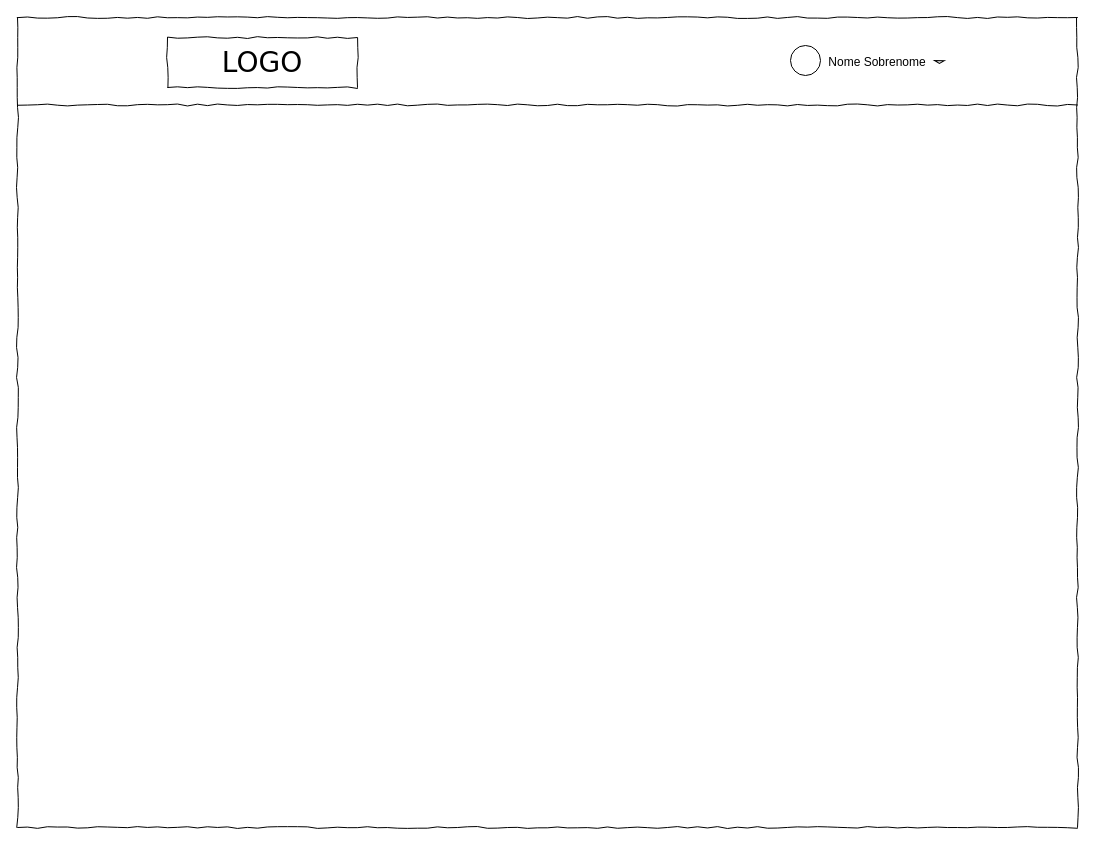
This is page "Seleção de turmas" (5 of 6) of wireframe.drawio from zanellaz/javascripto, a draw.io file, before an edit. Source tidied: cells renumbered, new cells numbered last; positions are measured from the earlier drawing's top-left corner, leaving out a move shared by most shapes. Both pictures are drawn from the tidied source at 100%, with x=0, y=0 at pixel (17, 17).
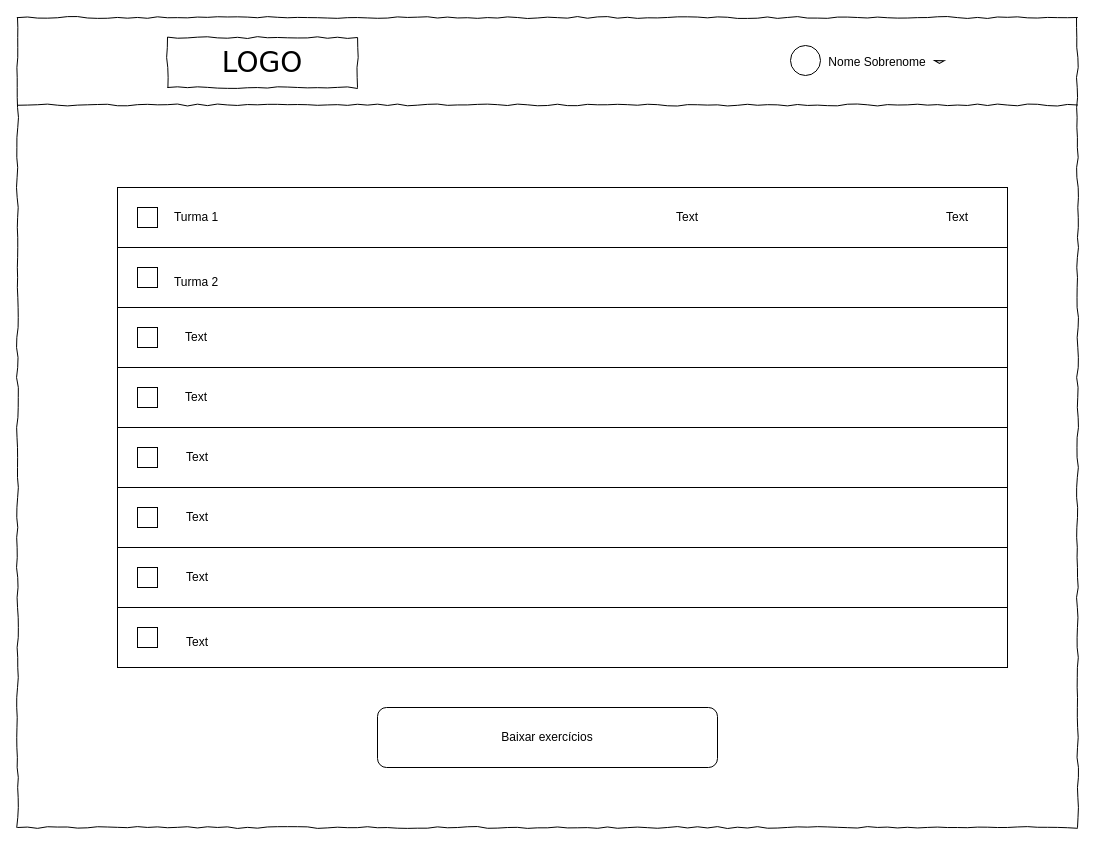
After the change.

What changed in the source:
```diff
@@
+    <mxCell id="8" style="rounded=0;whiteSpace=wrap;html=1;" parent="1" vertex="1">
+      <mxGeometry x="100" y="170" width="890" height="60" as="geometry" />
+    </mxCell>
+    <mxCell id="9" style="rounded=0;whiteSpace=wrap;html=1;" parent="1" vertex="1">
+      <mxGeometry x="100" y="230" width="890" height="60" as="geometry" />
+    </mxCell>
+    <mxCell id="10" style="rounded=0;whiteSpace=wrap;html=1;" parent="1" vertex="1">
+      <mxGeometry x="100" y="290" width="890" height="60" as="geometry" />
+    </mxCell>
+    <mxCell id="11" style="rounded=0;whiteSpace=wrap;html=1;" parent="1" vertex="1">
+      <mxGeometry x="100" y="350" width="890" height="60" as="geometry" />
+    </mxCell>
+    <mxCell id="12" style="rounded=0;whiteSpace=wrap;html=1;" parent="1" vertex="1">
+      <mxGeometry x="100" y="410" width="890" height="60" as="geometry" />
+    </mxCell>
+    <mxCell id="13" style="rounded=0;whiteSpace=wrap;html=1;" parent="1" vertex="1">
+      <mxGeometry x="100" y="470" width="890" height="60" as="geometry" />
+    </mxCell>
+    <mxCell id="14" style="rounded=0;whiteSpace=wrap;html=1;" parent="1" vertex="1">
+      <mxGeometry x="100" y="530" width="890" height="60" as="geometry" />
+    </mxCell>
+    <mxCell id="15" style="rounded=0;whiteSpace=wrap;html=1;" parent="1" vertex="1">
+      <mxGeometry x="100" y="590" width="890" height="60" as="geometry" />
+    </mxCell>
+    <mxCell id="16" value="Turma 1" style="text;html=1;strokeColor=none;fillColor=none;align=center;verticalAlign=middle;whiteSpace=wrap;rounded=0;" parent="1" vertex="1">
+      <mxGeometry x="149" y="185" width="60" height="30" as="geometry" />
+    </mxCell>
+    <mxCell id="17" value="Turma 2" style="text;html=1;strokeColor=none;fillColor=none;align=center;verticalAlign=middle;whiteSpace=wrap;rounded=0;" parent="1" vertex="1">
+      <mxGeometry x="149" y="250" width="60" height="30" as="geometry" />
+    </mxCell>
+    <mxCell id="18" value="Text" style="text;html=1;strokeColor=none;fillColor=none;align=center;verticalAlign=middle;whiteSpace=wrap;rounded=0;" parent="1" vertex="1">
+      <mxGeometry x="149" y="305" width="60" height="30" as="geometry" />
+    </mxCell>
+    <mxCell id="19" value="Text" style="text;html=1;strokeColor=none;fillColor=none;align=center;verticalAlign=middle;whiteSpace=wrap;rounded=0;" parent="1" vertex="1">
+      <mxGeometry x="149" y="365" width="60" height="30" as="geometry" />
+    </mxCell>
+    <mxCell id="20" value="Text" style="text;html=1;strokeColor=none;fillColor=none;align=center;verticalAlign=middle;whiteSpace=wrap;rounded=0;" parent="1" vertex="1">
+      <mxGeometry x="150" y="425" width="60" height="30" as="geometry" />
+    </mxCell>
+    <mxCell id="21" value="Text" style="text;html=1;strokeColor=none;fillColor=none;align=center;verticalAlign=middle;whiteSpace=wrap;rounded=0;" parent="1" vertex="1">
+      <mxGeometry x="150" y="485" width="60" height="30" as="geometry" />
+    </mxCell>
+    <mxCell id="22" value="Text" style="text;html=1;strokeColor=none;fillColor=none;align=center;verticalAlign=middle;whiteSpace=wrap;rounded=0;" parent="1" vertex="1">
+      <mxGeometry x="150" y="545" width="60" height="30" as="geometry" />
+    </mxCell>
+    <mxCell id="23" value="Text" style="text;html=1;strokeColor=none;fillColor=none;align=center;verticalAlign=middle;whiteSpace=wrap;rounded=0;" parent="1" vertex="1">
+      <mxGeometry x="150" y="610" width="60" height="30" as="geometry" />
+    </mxCell>
+    <mxCell id="24" style="whiteSpace=wrap;html=1;" parent="1" vertex="1">
+      <mxGeometry x="120" y="190" width="20" height="20" as="geometry" />
+    </mxCell>
+    <mxCell id="25" style="whiteSpace=wrap;html=1;" parent="1" vertex="1">
+      <mxGeometry x="120" y="250" width="20" height="20" as="geometry" />
+    </mxCell>
+    <mxCell id="26" style="whiteSpace=wrap;html=1;" parent="1" vertex="1">
+      <mxGeometry x="120" y="310" width="20" height="20" as="geometry" />
+    </mxCell>
+    <mxCell id="27" style="whiteSpace=wrap;html=1;" parent="1" vertex="1">
+      <mxGeometry x="120" y="370" width="20" height="20" as="geometry" />
+    </mxCell>
+    <mxCell id="28" style="whiteSpace=wrap;html=1;" parent="1" vertex="1">
+      <mxGeometry x="120" y="430" width="20" height="20" as="geometry" />
+    </mxCell>
+    <mxCell id="29" style="whiteSpace=wrap;html=1;" parent="1" vertex="1">
+      <mxGeometry x="120" y="490" width="20" height="20" as="geometry" />
+    </mxCell>
+    <mxCell id="30" style="whiteSpace=wrap;html=1;" parent="1" vertex="1">
+      <mxGeometry x="120" y="550" width="20" height="20" as="geometry" />
+    </mxCell>
+    <mxCell id="31" style="whiteSpace=wrap;html=1;" parent="1" vertex="1">
+      <mxGeometry x="120" y="610" width="20" height="20" as="geometry" />
+    </mxCell>
+    <mxCell id="32" value="Baixar exercícios" style="rounded=1;whiteSpace=wrap;html=1;" parent="1" vertex="1">
+      <mxGeometry x="360" y="690" width="340" height="60" as="geometry" />
+    </mxCell>
+    <mxCell id="33" value="Text" style="text;html=1;strokeColor=none;fillColor=none;align=center;verticalAlign=middle;whiteSpace=wrap;rounded=0;" parent="1" vertex="1">
+      <mxGeometry x="640" y="185" width="60" height="30" as="geometry" />
+    </mxCell>
+    <mxCell id="34" value="Text" style="text;html=1;strokeColor=none;fillColor=none;align=center;verticalAlign=middle;whiteSpace=wrap;rounded=0;" parent="1" vertex="1">
+      <mxGeometry x="910" y="185" width="60" height="30" as="geometry" />
+    </mxCell>
```
